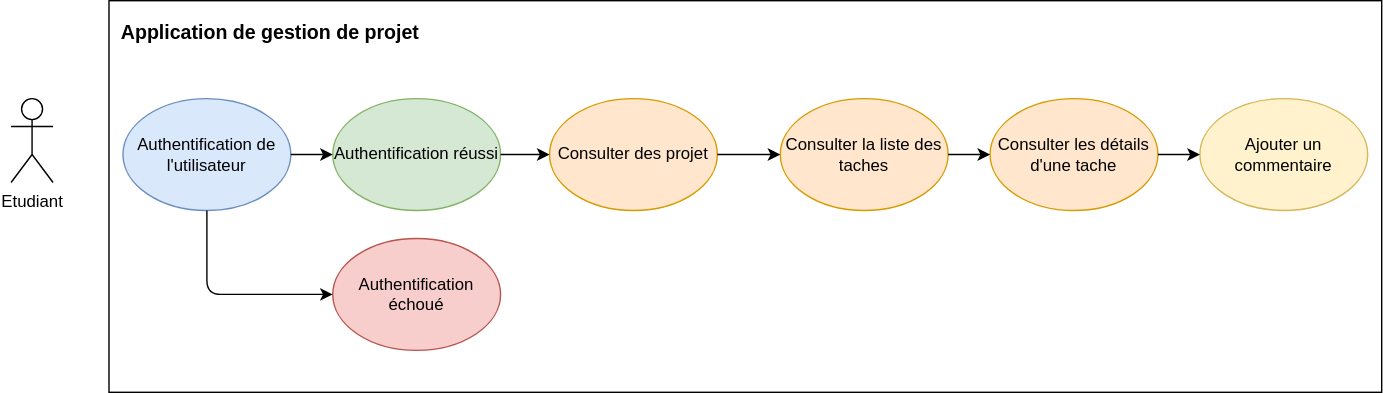
This is DCU/DCU_Etudiant.svg from EducaOps/EducaOps, a draw.io export, as it was before one commit. Source tidied: cells renumbered, new cells last; positions are measured from the earlier drawing's top-left corner, leaving out a move shared by most shapes.
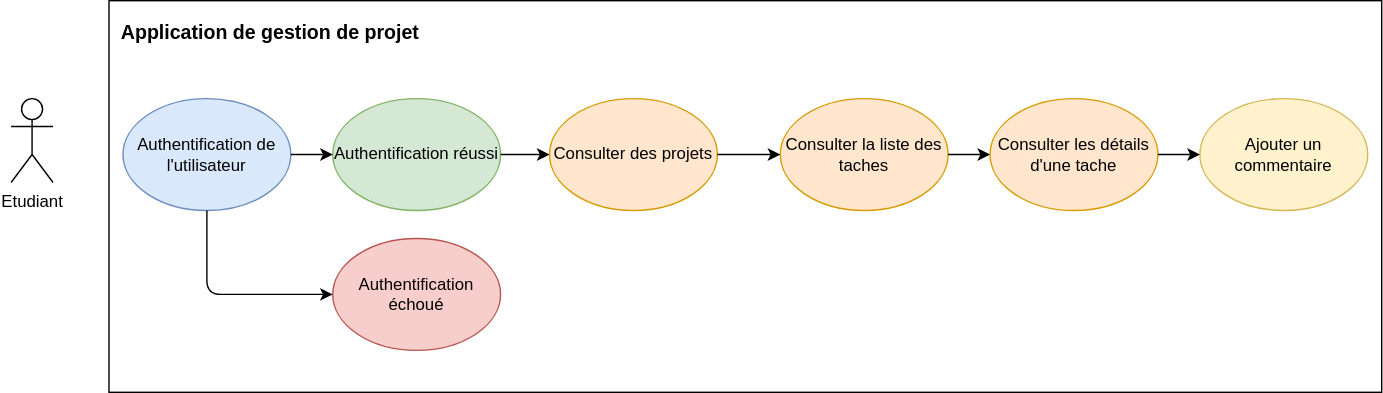
After the change.

Commit message:
Correction des fautes

Diff of the diagram source:
```diff
@@ -8,7 +8,7 @@
     <mxCell id="3" style="rounded=0;whiteSpace=wrap;html=1;align=left;" parent="1" vertex="1">
       <mxGeometry x="70" width="910" height="280" as="geometry" />
     </mxCell>
-    <mxCell id="4" value="Consulter des projet" style="ellipse;whiteSpace=wrap;html=1;fillColor=#ffe6cc;strokeColor=#d79b00;" parent="1" vertex="1">
+    <mxCell id="4" value="Consulter des projets" style="ellipse;whiteSpace=wrap;html=1;fillColor=#ffe6cc;strokeColor=#d79b00;" parent="1" vertex="1">
       <mxGeometry x="385" y="70" width="120" height="80" as="geometry" />
     </mxCell>
     <mxCell id="5" value="&lt;font style=&quot;font-size: 14px&quot;&gt;Application de gestion de projet&lt;/font&gt;" style="text;strokeColor=none;fillColor=none;html=1;fontSize=24;fontStyle=1;verticalAlign=middle;align=center;" parent="1" vertex="1">
```
